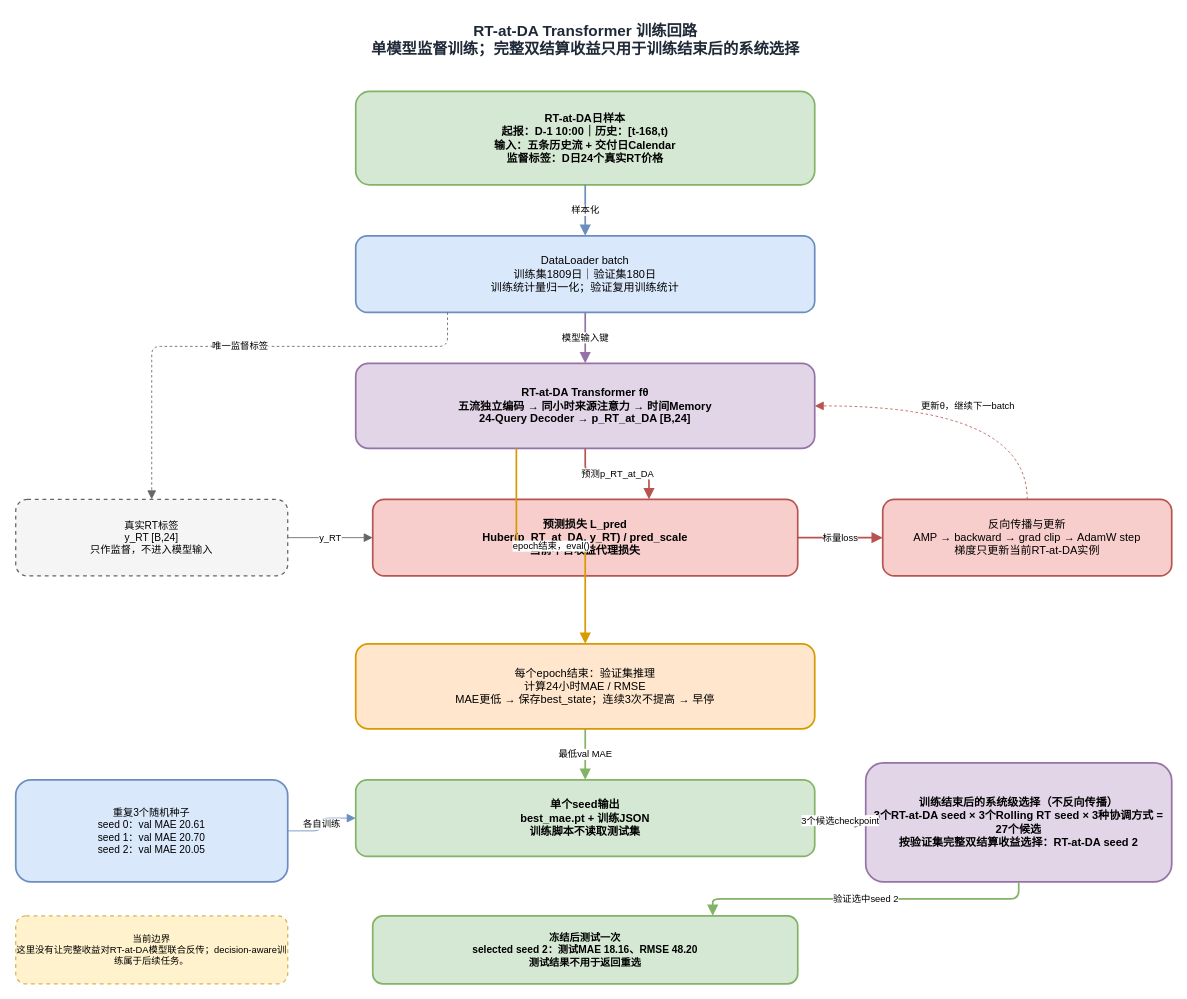
lwowlwowl/electricity-price-forecasting keeps this draw.io diagram as docs/rt_at_da_training_loop.drawio. Above is the earlier version. Source tidied: cells renumbered, new cells numbered last; positions are measured from the earlier drawing's top-left corner, leaving out a move shared by most shapes. Both pictures are drawn from the tidied source at 85%, with x=0, y=0 at pixel (15, 14).
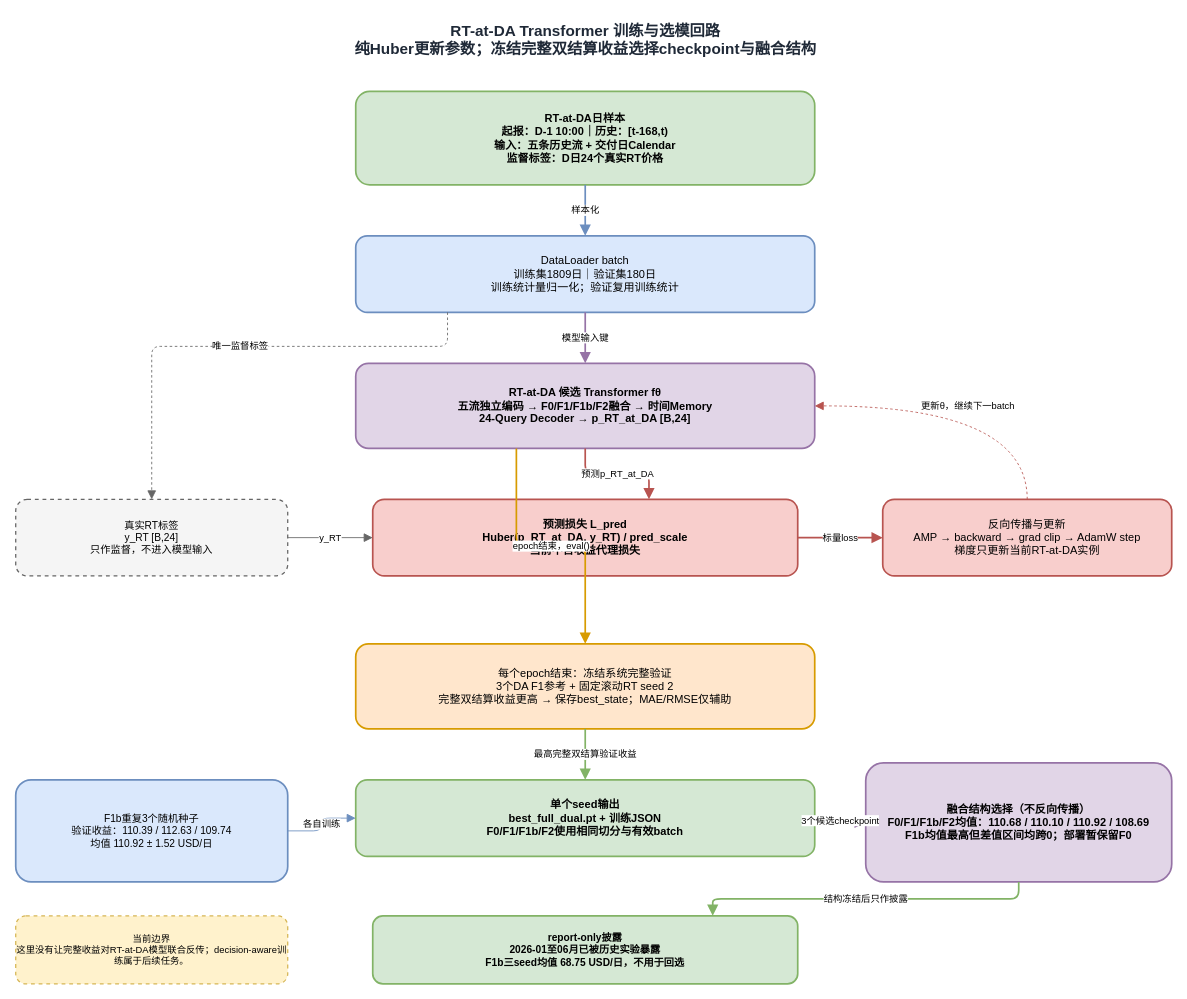
The same diagram, later.

What changed in the source:
```diff
@@
-    <mxCell id="2" value="RT-at-DA Transformer 训练回路&#10;单模型监督训练；完整双结算收益只用于训练结束后的系统选择" style="text;html=1;align=center;verticalAlign=middle;fontSize=18;fontStyle=1;fontColor=#1F2937;strokeColor=none;fillColor=none;" parent="1" vertex="1">
+    <mxCell id="2" value="RT-at-DA Transformer 训练与选模回路&#10;纯Huber更新参数；冻结完整双结算收益选择checkpoint与融合结构" style="text;html=1;align=center;verticalAlign=middle;fontSize=18;fontStyle=1;fontColor=#1F2937;strokeColor=none;fillColor=none;" parent="1" vertex="1">
       <mxGeometry x="120" width="1100" height="60" as="geometry" />
     </mxCell>
@@
-    <mxCell id="5" value="RT-at-DA Transformer fθ&#10;五流独立编码 → 同小时来源注意力 → 时间Memory&#10;24-Query Decoder → p_RT_at_DA [B,24]" style="rounded=1;whiteSpace=wrap;html=1;fillColor=#e1d5e7;strokeColor=#9673a6;strokeWidth=2;fontSize=13;fontStyle=1;" parent="1" vertex="1">
+    <mxCell id="5" value="RT-at-DA 候选 Transformer fθ&#10;五流独立编码 → F0/F1/F1b/F2融合 → 时间Memory&#10;24-Query Decoder → p_RT_at_DA [B,24]" style="rounded=1;whiteSpace=wrap;html=1;fillColor=#e1d5e7;strokeColor=#9673a6;strokeWidth=2;fontSize=13;fontStyle=1;" parent="1" vertex="1">
       <mxGeometry x="400" y="410" width="540" height="100" as="geometry" />
     </mxCell>
@@
-    <mxCell id="9" value="每个epoch结束：验证集推理&#10;计算24小时MAE / RMSE&#10;MAE更低 → 保存best_state；连续3次不提高 → 早停" style="rounded=1;whiteSpace=wrap;html=1;fillColor=#ffe6cc;strokeColor=#d79b00;strokeWidth=2;fontSize=13;" parent="1" vertex="1">
+    <mxCell id="9" value="每个epoch结束：冻结系统完整验证&#10;3个DA F1参考 + 固定滚动RT seed 2&#10;完整双结算收益更高 → 保存best_state；MAE/RMSE仅辅助" style="rounded=1;whiteSpace=wrap;html=1;fillColor=#ffe6cc;strokeColor=#d79b00;strokeWidth=2;fontSize=13;" parent="1" vertex="1">
       <mxGeometry x="400" y="740" width="540" height="100" as="geometry" />
     </mxCell>
-    <mxCell id="10" value="单个seed输出&#10;best_mae.pt + 训练JSON&#10;训练脚本不读取测试集" style="rounded=1;whiteSpace=wrap;html=1;fillColor=#d5e8d4;strokeColor=#82b366;strokeWidth=2;fontSize=13;fontStyle=1;" parent="1" vertex="1">
+    <mxCell id="10" value="单个seed输出&#10;best_full_dual.pt + 训练JSON&#10;F0/F1/F1b/F2使用相同切分与有效batch" style="rounded=1;whiteSpace=wrap;html=1;fillColor=#d5e8d4;strokeColor=#82b366;strokeWidth=2;fontSize=13;fontStyle=1;" parent="1" vertex="1">
       <mxGeometry x="400" y="900" width="540" height="90" as="geometry" />
     </mxCell>
-    <mxCell id="11" value="重复3个随机种子&#10;seed 0：val MAE 20.61&#10;seed 1：val MAE 20.70&#10;seed 2：val MAE 20.05" style="rounded=1;whiteSpace=wrap;html=1;fillColor=#dae8fc;strokeColor=#6c8ebf;strokeWidth=2;fontSize=12;" parent="1" vertex="1">
+    <mxCell id="11" value="F1b重复3个随机种子&#10;验证收益：110.39 / 112.63 / 109.74&#10;均值 110.92 ± 1.52 USD/日" style="rounded=1;whiteSpace=wrap;html=1;fillColor=#dae8fc;strokeColor=#6c8ebf;strokeWidth=2;fontSize=12;" parent="1" vertex="1">
       <mxGeometry y="900" width="320" height="120" as="geometry" />
     </mxCell>
-    <mxCell id="12" value="训练结束后的系统级选择（不反向传播）&#10;3个RT-at-DA seed × 3个Rolling RT seed × 3种协调方式 = 27个候选&#10;按验证集完整双结算收益选择：RT-at-DA seed 2" style="rounded=1;whiteSpace=wrap;html=1;fillColor=#e1d5e7;strokeColor=#9673a6;strokeWidth=2;fontSize=13;fontStyle=1;" parent="1" vertex="1">
+    <mxCell id="12" value="融合结构选择（不反向传播）&#10;F0/F1/F1b/F2均值：110.68 / 110.10 / 110.92 / 108.69&#10;F1b均值最高但差值区间均跨0；部署暂保留F0" style="rounded=1;whiteSpace=wrap;html=1;fillColor=#e1d5e7;strokeColor=#9673a6;strokeWidth=2;fontSize=13;fontStyle=1;" parent="1" vertex="1">
       <mxGeometry x="1000" y="880" width="360" height="140" as="geometry" />
     </mxCell>
-    <mxCell id="13" value="冻结后测试一次&#10;selected seed 2：测试MAE 18.16、RMSE 48.20&#10;测试结果不用于返回重选" style="rounded=1;whiteSpace=wrap;html=1;fillColor=#d5e8d4;strokeColor=#82b366;strokeWidth=2;fontSize=12;fontStyle=1;" parent="1" vertex="1">
+    <mxCell id="13" value="report-only披露&#10;2026-01至06月已被历史实验暴露&#10;F1b三seed均值 68.75 USD/日，不用于回选" style="rounded=1;whiteSpace=wrap;html=1;fillColor=#d5e8d4;strokeColor=#82b366;strokeWidth=2;fontSize=12;fontStyle=1;" parent="1" vertex="1">
       <mxGeometry x="420" y="1060" width="500" height="80" as="geometry" />
     </mxCell>
@@
-    <mxCell id="23" value="最低val MAE" style="edgeStyle=orthogonalEdgeStyle;rounded=1;jettySize=auto;html=1;endArrow=block;endSize=8;strokeColor=#82b366;strokeWidth=2;exitX=0.5;exitY=1;entryX=0.5;entryY=0;" parent="1" edge="1" source="9" target="10">
+    <mxCell id="23" value="最高完整双结算验证收益" style="edgeStyle=orthogonalEdgeStyle;rounded=1;jettySize=auto;html=1;endArrow=block;endSize=8;strokeColor=#82b366;strokeWidth=2;exitX=0.5;exitY=1;entryX=0.5;entryY=0;" parent="1" edge="1" source="9" target="10">
       <mxGeometry relative="1" as="geometry" />
     </mxCell>
@@
-    <mxCell id="26" value="验证选中seed 2" style="edgeStyle=orthogonalEdgeStyle;rounded=1;jettySize=auto;html=1;endArrow=block;endSize=8;strokeColor=#82b366;strokeWidth=2;exitX=0.5;exitY=1;entryX=0.8;entryY=0;" parent="1" edge="1" source="12" target="13">
+    <mxCell id="26" value="结构冻结后只作披露" style="edgeStyle=orthogonalEdgeStyle;rounded=1;jettySize=auto;html=1;endArrow=block;endSize=8;strokeColor=#82b366;strokeWidth=2;exitX=0.5;exitY=1;entryX=0.8;entryY=0;" parent="1" edge="1" source="12" target="13">
       <mxGeometry relative="1" as="geometry" />
     </mxCell>
```
